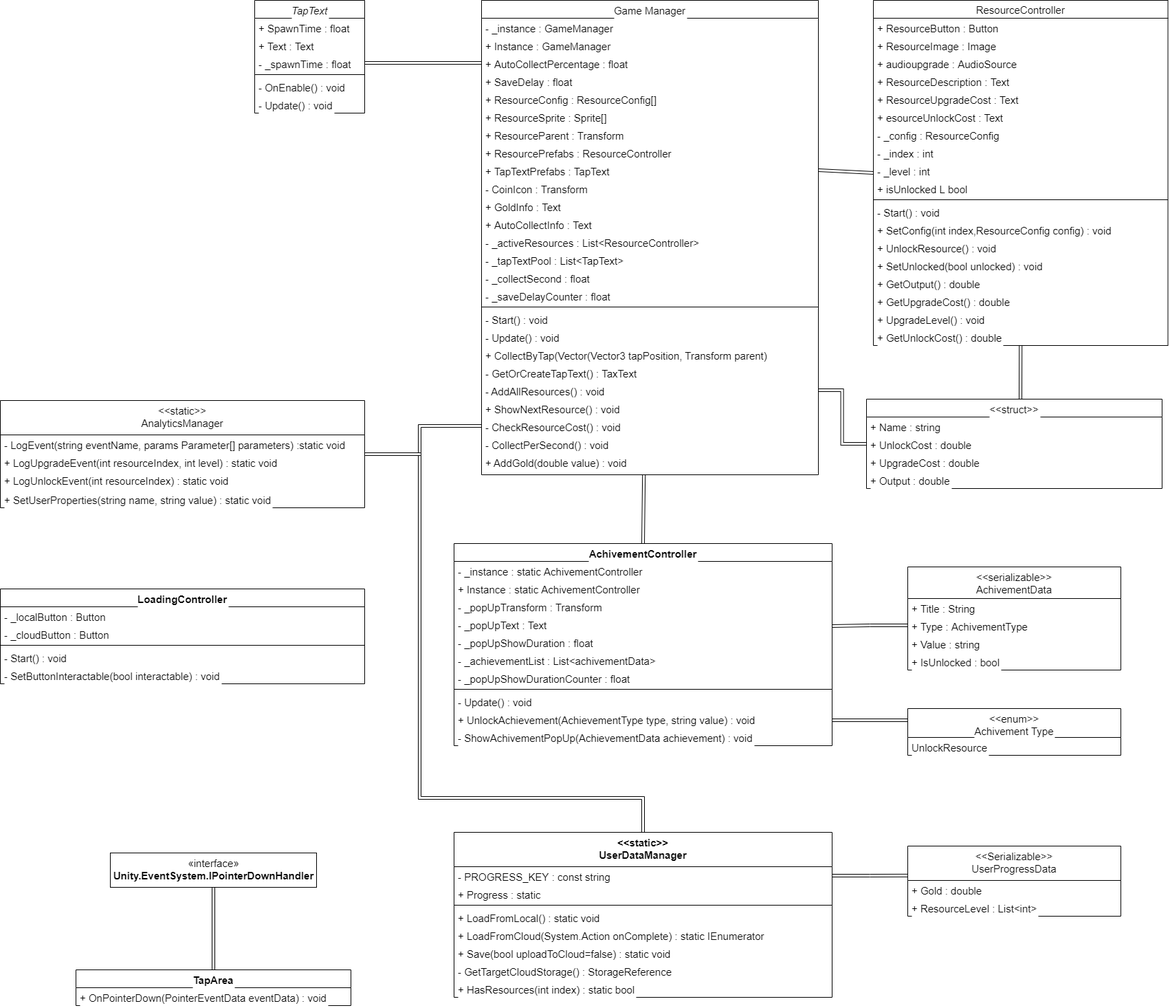
The draw.io diagram Class Diagram.drawio.png in farismiqdad01/Images, before a commit. Source tidied: cells renumbered, new cells last; positions are measured from the earlier drawing's top-left corner, leaving out a move shared by most shapes.
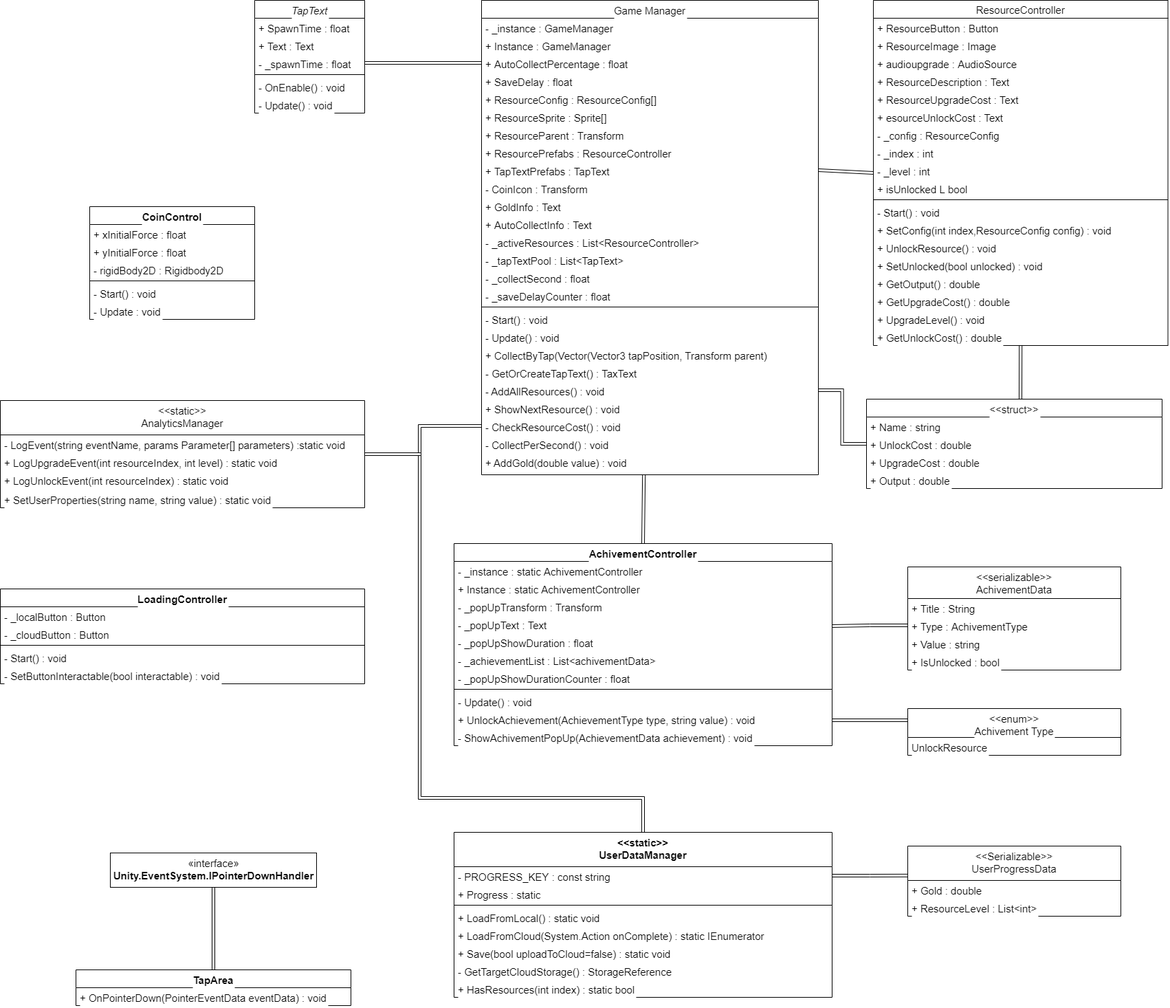
Above is the later version.

What changed in the source:
```diff
@@ -369,5 +369,26 @@
     <mxCell id="118" value="+ OnPointerDown(PointerEventData eventData) : void" style="text;strokeColor=none;fillColor=none;align=left;verticalAlign=top;spacingLeft=4;spacingRight=4;overflow=hidden;rounded=0;shadow=0;glass=0;labelBackgroundColor=default;labelBorderColor=none;sketch=0;fontFamily=Helvetica;fontSize=15;fontColor=#000000;html=0;" parent="117" vertex="1">
       <mxGeometry y="26" width="400" height="26" as="geometry" />
     </mxCell>
+    <mxCell id="119" value="CoinControl" style="swimlane;fontStyle=1;align=center;verticalAlign=top;horizontal=1;startSize=26;rounded=0;shadow=0;glass=0;labelBackgroundColor=default;labelBorderColor=none;sketch=0;fontFamily=Helvetica;fontSize=15;fontColor=#000000;strokeColor=default;fillColor=none;html=0;" parent="1" vertex="1">
+      <mxGeometry x="130" y="300" width="240" height="164" as="geometry" />
+    </mxCell>
+    <mxCell id="120" value="+ xInitialForce : float" style="text;strokeColor=none;fillColor=none;align=left;verticalAlign=top;spacingLeft=4;spacingRight=4;overflow=hidden;rounded=0;shadow=0;glass=0;labelBackgroundColor=default;labelBorderColor=none;sketch=0;fontFamily=Helvetica;fontSize=15;fontColor=#000000;html=0;" parent="119" vertex="1">
+      <mxGeometry y="26" width="240" height="26" as="geometry" />
+    </mxCell>
+    <mxCell id="121" value="+ yInitialForce : float" style="text;strokeColor=none;fillColor=none;align=left;verticalAlign=top;spacingLeft=4;spacingRight=4;overflow=hidden;rounded=0;shadow=0;glass=0;labelBackgroundColor=default;labelBorderColor=none;sketch=0;fontFamily=Helvetica;fontSize=15;fontColor=#000000;html=0;" parent="119" vertex="1">
+      <mxGeometry y="52" width="240" height="26" as="geometry" />
+    </mxCell>
+    <mxCell id="122" value="- rigidBody2D : Rigidbody2D" style="text;strokeColor=none;fillColor=none;align=left;verticalAlign=top;spacingLeft=4;spacingRight=4;overflow=hidden;rounded=0;shadow=0;glass=0;labelBackgroundColor=default;labelBorderColor=none;sketch=0;fontFamily=Helvetica;fontSize=15;fontColor=#000000;html=0;" parent="119" vertex="1">
+      <mxGeometry y="78" width="240" height="26" as="geometry" />
+    </mxCell>
+    <mxCell id="123" style="line;strokeWidth=1;fillColor=none;align=left;verticalAlign=middle;spacingTop=-1;spacingLeft=3;spacingRight=3;labelPosition=right;rounded=0;shadow=0;glass=0;labelBackgroundColor=default;labelBorderColor=none;sketch=0;fontFamily=Helvetica;fontSize=15;fontColor=#000000;html=0;" parent="119" vertex="1">
+      <mxGeometry y="104" width="240" height="8" as="geometry" />
+    </mxCell>
+    <mxCell id="124" value="- Start() : void" style="text;strokeColor=none;fillColor=none;align=left;verticalAlign=top;spacingLeft=4;spacingRight=4;overflow=hidden;rounded=0;shadow=0;glass=0;labelBackgroundColor=default;labelBorderColor=none;sketch=0;fontFamily=Helvetica;fontSize=15;fontColor=#000000;html=0;" parent="119" vertex="1">
+      <mxGeometry y="112" width="240" height="26" as="geometry" />
+    </mxCell>
+    <mxCell id="125" value="- Update : void" style="text;strokeColor=none;fillColor=none;align=left;verticalAlign=top;spacingLeft=4;spacingRight=4;overflow=hidden;rounded=0;shadow=0;glass=0;labelBackgroundColor=default;labelBorderColor=none;sketch=0;fontFamily=Helvetica;fontSize=15;fontColor=#000000;html=0;" parent="119" vertex="1">
+      <mxGeometry y="138" width="240" height="26" as="geometry" />
+    </mxCell>
   </root>
 </mxGraphModel>
```
